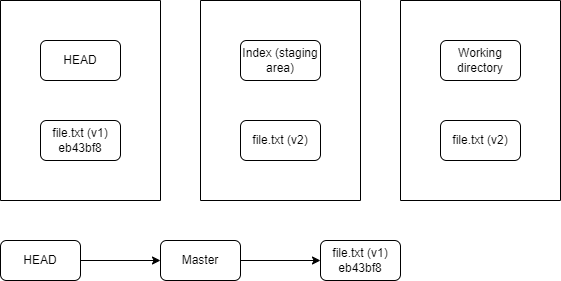
Earlier version of the draw.io export img/git/git6.png (riehseun/riehseun.github.io). Source tidied: cells renumbered, new cells last; positions are measured from the earlier drawing's top-left corner, leaving out a move shared by most shapes. Its diagram source:
```xml
<mxGraphModel>
  <root>
    <mxCell id="0" />
    <mxCell id="1" parent="0" />
    <mxCell id="2" value="HEAD" style="rounded=1;whiteSpace=wrap;html=1;" parent="1" vertex="1">
      <mxGeometry x="40" y="40" width="80" height="40" as="geometry" />
    </mxCell>
    <mxCell id="3" style="swimlane;startSize=0;" parent="1" vertex="1">
      <mxGeometry width="160" height="200" as="geometry" />
    </mxCell>
    <mxCell id="4" value="file.txt (v1)&lt;div&gt;eb43bf8&lt;/div&gt;" style="rounded=1;whiteSpace=wrap;html=1;" parent="3" vertex="1">
      <mxGeometry x="40" y="120" width="80" height="40" as="geometry" />
    </mxCell>
    <mxCell id="5" style="swimlane;startSize=0;" parent="1" vertex="1">
      <mxGeometry x="200" width="160" height="200" as="geometry" />
    </mxCell>
    <mxCell id="6" value="Index (staging area)" style="rounded=1;whiteSpace=wrap;html=1;" parent="5" vertex="1">
      <mxGeometry x="40" y="40" width="80" height="40" as="geometry" />
    </mxCell>
    <mxCell id="7" value="file.txt (v2)" style="rounded=1;whiteSpace=wrap;html=1;" parent="5" vertex="1">
      <mxGeometry x="40" y="120" width="80" height="40" as="geometry" />
    </mxCell>
    <mxCell id="8" style="swimlane;startSize=0;" parent="1" vertex="1">
      <mxGeometry x="400" width="160" height="200" as="geometry" />
    </mxCell>
    <mxCell id="9" value="Working directory" style="rounded=1;whiteSpace=wrap;html=1;" parent="8" vertex="1">
      <mxGeometry x="40" y="40" width="80" height="40" as="geometry" />
    </mxCell>
    <mxCell id="10" value="file.txt (v2)" style="rounded=1;whiteSpace=wrap;html=1;" parent="8" vertex="1">
      <mxGeometry x="40" y="120" width="80" height="40" as="geometry" />
    </mxCell>
    <mxCell id="11" style="edgeStyle=orthogonalEdgeStyle;rounded=0;jettySize=auto;html=1;exitX=1;exitY=0.5;exitDx=0;exitDy=0;" parent="1" edge="1" source="12" target="14">
      <mxGeometry relative="1" as="geometry" />
    </mxCell>
    <mxCell id="12" value="HEAD" style="rounded=1;whiteSpace=wrap;html=1;" parent="1" vertex="1">
      <mxGeometry y="240" width="80" height="40" as="geometry" />
    </mxCell>
    <mxCell id="13" style="edgeStyle=orthogonalEdgeStyle;rounded=0;jettySize=auto;html=1;exitX=1;exitY=0.5;exitDx=0;exitDy=0;entryX=0;entryY=0.5;entryDx=0;entryDy=0;" parent="1" edge="1" source="14" target="15">
      <mxGeometry relative="1" as="geometry" />
    </mxCell>
    <mxCell id="14" value="Master" style="rounded=1;whiteSpace=wrap;html=1;" parent="1" vertex="1">
      <mxGeometry x="160" y="240" width="80" height="40" as="geometry" />
    </mxCell>
    <mxCell id="15" value="file.txt (v1)&lt;div&gt;eb43bf8&lt;/div&gt;" style="rounded=1;whiteSpace=wrap;html=1;" parent="1" vertex="1">
      <mxGeometry x="320" y="240" width="80" height="40" as="geometry" />
    </mxCell>
  </root>
</mxGraphModel>
```
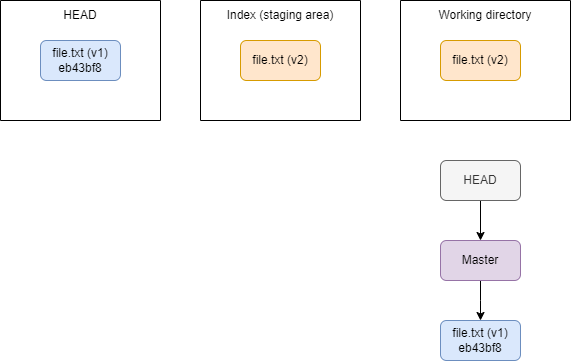
Above is the later version.

Change to the diagram source:
```diff
@@ -2,47 +2,49 @@
   <root>
     <mxCell id="0" />
     <mxCell id="1" parent="0" />
-    <mxCell id="2" value="HEAD" style="rounded=1;whiteSpace=wrap;html=1;" parent="1" vertex="1">
-      <mxGeometry x="40" y="40" width="80" height="40" as="geometry" />
-    </mxCell>
     <mxCell id="3" style="swimlane;startSize=0;" parent="1" vertex="1">
-      <mxGeometry width="160" height="200" as="geometry" />
+      <mxGeometry width="160" height="120" as="geometry" />
     </mxCell>
-    <mxCell id="4" value="file.txt (v1)&lt;div&gt;eb43bf8&lt;/div&gt;" style="rounded=1;whiteSpace=wrap;html=1;" parent="3" vertex="1">
-      <mxGeometry x="40" y="120" width="80" height="40" as="geometry" />
+    <mxCell id="4" value="file.txt (v1) eb43bf8" style="rounded=1;whiteSpace=wrap;html=1;fillColor=#dae8fc;strokeColor=#6c8ebf;" parent="3" vertex="1">
+      <mxGeometry x="40" y="40" width="80" height="40" as="geometry" />
     </mxCell>
+    <mxCell id="2" value="HEAD" style="text;html=1;align=center;verticalAlign=middle;whiteSpace=wrap;rounded=0;" parent="3" vertex="1">
+      <mxGeometry width="160" height="30" as="geometry" />
+    </mxCell>
     <mxCell id="5" style="swimlane;startSize=0;" parent="1" vertex="1">
-      <mxGeometry x="200" width="160" height="200" as="geometry" />
+      <mxGeometry x="200" width="160" height="120" as="geometry" />
     </mxCell>
+    <mxCell id="7" value="file.txt (v2)" style="rounded=1;whiteSpace=wrap;html=1;fillColor=#ffe6cc;strokeColor=#d79b00;" parent="5" vertex="1">
+      <mxGeometry x="40" y="40" width="80" height="40" as="geometry" />
+    </mxCell>
-    <mxCell id="6" value="Index (staging area)" style="rounded=1;whiteSpace=wrap;html=1;" parent="5" vertex="1">
-      <mxGeometry x="40" y="40" width="80" height="40" as="geometry" />
+    <mxCell id="6" value="Index (staging area)" style="text;html=1;align=center;verticalAlign=middle;whiteSpace=wrap;rounded=0;" parent="5" vertex="1">
+      <mxGeometry width="160" height="30" as="geometry" />
     </mxCell>
-    <mxCell id="7" value="file.txt (v2)" style="rounded=1;whiteSpace=wrap;html=1;" parent="5" vertex="1">
-      <mxGeometry x="40" y="120" width="80" height="40" as="geometry" />
-    </mxCell>
     <mxCell id="8" style="swimlane;startSize=0;" parent="1" vertex="1">
-      <mxGeometry x="400" width="160" height="200" as="geometry" />
+      <mxGeometry x="400" width="170" height="120" as="geometry" />
     </mxCell>
+    <mxCell id="10" value="file.txt (v2)" style="rounded=1;whiteSpace=wrap;html=1;fillColor=#ffe6cc;strokeColor=#d79b00;" parent="8" vertex="1">
+      <mxGeometry x="40" y="40" width="80" height="40" as="geometry" />
+    </mxCell>
-    <mxCell id="9" value="Working directory" style="rounded=1;whiteSpace=wrap;html=1;" parent="8" vertex="1">
-      <mxGeometry x="40" y="40" width="80" height="40" as="geometry" />
+    <mxCell id="9" value="Working directory" style="text;html=1;align=center;verticalAlign=middle;whiteSpace=wrap;rounded=0;" parent="8" vertex="1">
+      <mxGeometry width="170" height="30" as="geometry" />
     </mxCell>
-    <mxCell id="10" value="file.txt (v2)" style="rounded=1;whiteSpace=wrap;html=1;" parent="8" vertex="1">
-      <mxGeometry x="40" y="120" width="80" height="40" as="geometry" />
-    </mxCell>
-    <mxCell id="11" style="edgeStyle=orthogonalEdgeStyle;rounded=0;jettySize=auto;html=1;exitX=1;exitY=0.5;exitDx=0;exitDy=0;" parent="1" edge="1" source="12" target="14">
+    <mxCell id="11" style="edgeStyle=orthogonalEdgeStyle;rounded=0;jettySize=auto;html=1;exitX=0.5;exitY=1;exitDx=0;exitDy=0;entryX=0.5;entryY=0;entryDx=0;entryDy=0;" parent="1" edge="1" source="12" target="14">
       <mxGeometry relative="1" as="geometry" />
     </mxCell>
-    <mxCell id="12" value="HEAD" style="rounded=1;whiteSpace=wrap;html=1;" parent="1" vertex="1">
-      <mxGeometry y="240" width="80" height="40" as="geometry" />
+    <mxCell id="12" value="HEAD" style="rounded=1;whiteSpace=wrap;html=1;fillColor=#f5f5f5;fontColor=#333333;strokeColor=#666666;" parent="1" vertex="1">
+      <mxGeometry x="440" y="160" width="80" height="40" as="geometry" />
     </mxCell>
-    <mxCell id="13" style="edgeStyle=orthogonalEdgeStyle;rounded=0;jettySize=auto;html=1;exitX=1;exitY=0.5;exitDx=0;exitDy=0;entryX=0;entryY=0.5;entryDx=0;entryDy=0;" parent="1" edge="1" source="14" target="15">
-      <mxGeometry relative="1" as="geometry" />
-    </mxCell>
+    <mxCell id="16" style="edgeStyle=orthogonalEdgeStyle;rounded=0;jettySize=auto;html=1;exitX=0.5;exitY=1;exitDx=0;exitDy=0;entryX=0.5;entryY=0;entryDx=0;entryDy=0;" parent="1" edge="1" source="14">
+      <mxGeometry relative="1" as="geometry">
+        <mxPoint x="480" y="320" as="targetPoint" />
+      </mxGeometry>
+    </mxCell>
-    <mxCell id="14" value="Master" style="rounded=1;whiteSpace=wrap;html=1;" parent="1" vertex="1">
-      <mxGeometry x="160" y="240" width="80" height="40" as="geometry" />
+    <mxCell id="14" value="Master" style="rounded=1;whiteSpace=wrap;html=1;fillColor=#e1d5e7;strokeColor=#9673a6;" parent="1" vertex="1">
+      <mxGeometry x="440" y="240" width="80" height="40" as="geometry" />
     </mxCell>
-    <mxCell id="15" value="file.txt (v1)&lt;div&gt;eb43bf8&lt;/div&gt;" style="rounded=1;whiteSpace=wrap;html=1;" parent="1" vertex="1">
-      <mxGeometry x="320" y="240" width="80" height="40" as="geometry" />
+    <mxCell id="15" value="file.txt (v1)&lt;div&gt;eb43bf8&lt;/div&gt;" style="rounded=1;whiteSpace=wrap;html=1;fillColor=#dae8fc;strokeColor=#6c8ebf;" parent="1" vertex="1">
+      <mxGeometry x="440" y="320" width="80" height="40" as="geometry" />
     </mxCell>
   </root>
 </mxGraphModel>
```
